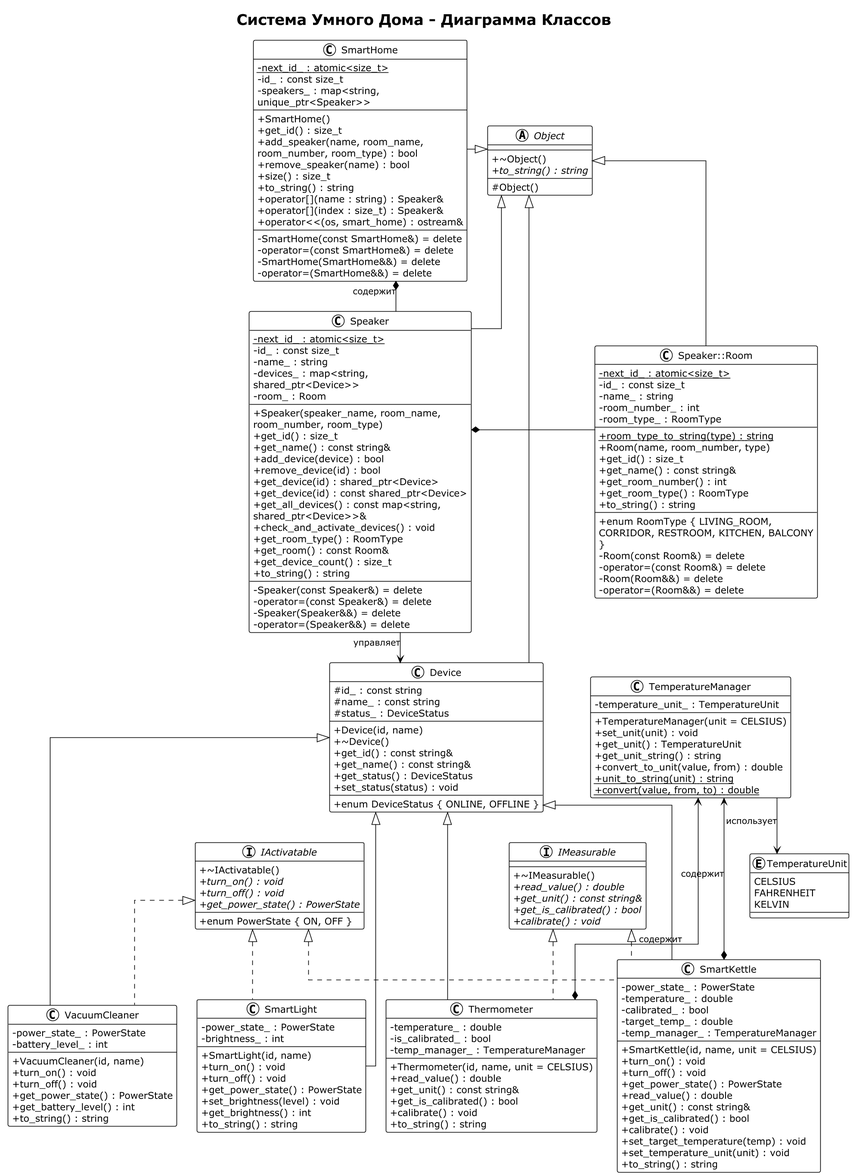
The PlantUML diagram docs/SmartHouse_ClassDiagram.png in abigotado/smart-house, before a commit.
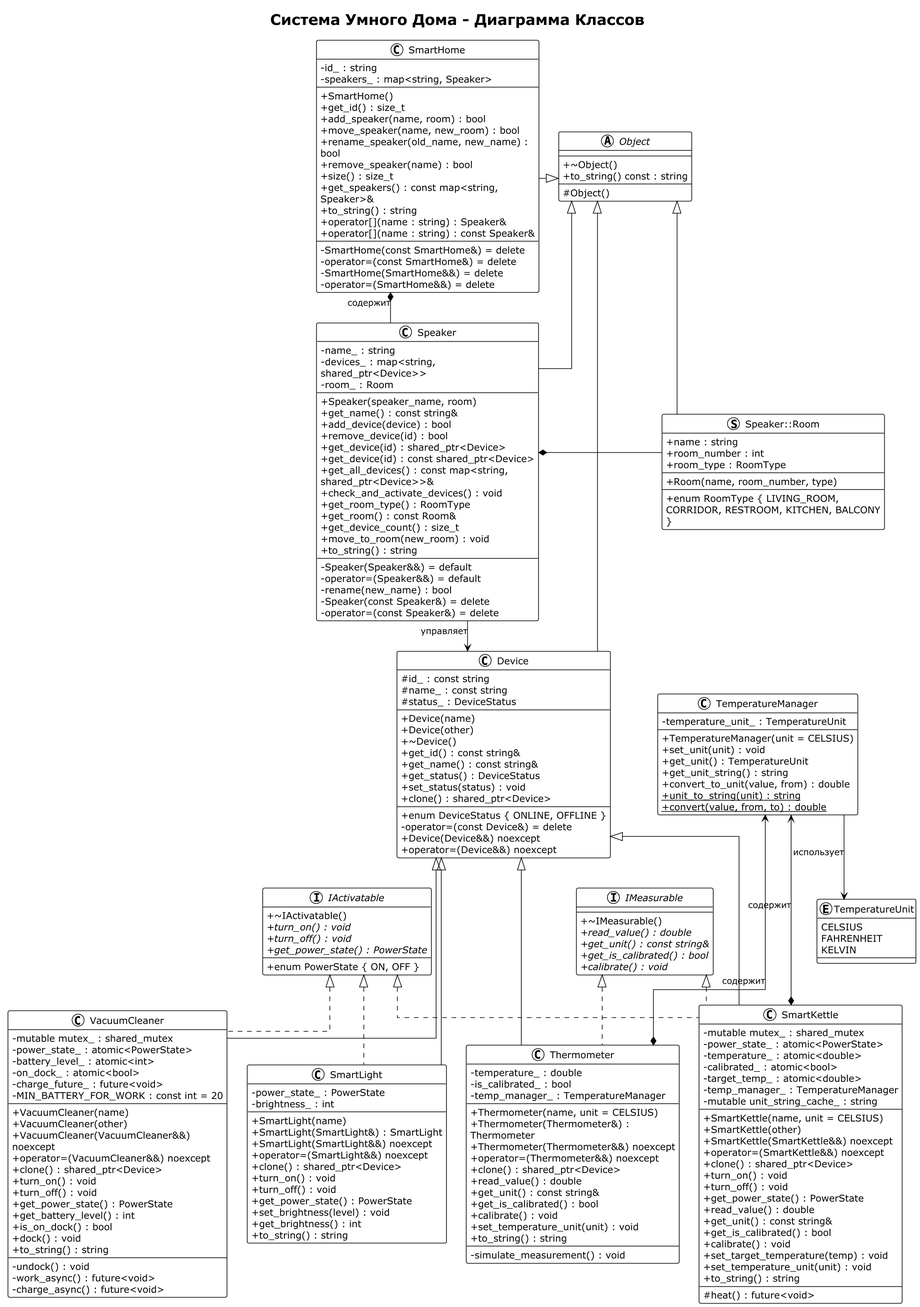
Above is the later version.

The edit, as a diff of the source:
```diff
@@ -15,19 +15,20 @@
 title "Система Умного Дома - Диаграмма Классов"
 
 class SmartHome {
-    - {static} next_id_ : atomic<size_t>
-    - id_ : const size_t
-    - speakers_ : map<string, unique_ptr<Speaker>>
+    - id_ : string
+    - speakers_ : map<string, Speaker>
     --
     + SmartHome()
     + get_id() : size_t
-    + add_speaker(name, room_name, room_number, room_type) : bool
+    + add_speaker(name, room) : bool
+    + move_speaker(name, new_room) : bool
+    + rename_speaker(old_name, new_name) : bool
     + remove_speaker(name) : bool
     + size() : size_t
+    + get_speakers() : const map<string, Speaker>&
     + to_string() : string
     + operator[](name : string) : Speaker&
-    + operator[](index : size_t) : Speaker&
-    + operator<<(os, smart_home) : ostream&
+    + operator[](name : string) : const Speaker&
     --
     - SmartHome(const SmartHome&) = delete
     - operator=(const SmartHome&) = delete
@@ -36,14 +37,11 @@
 }
 
 class Speaker {
-    - {static} next_id_ : atomic<size_t>
-    - id_ : const size_t
     - name_ : string
     - devices_ : map<string, shared_ptr<Device>>
     - room_ : Room
     --
-    + Speaker(speaker_name, room_name, room_number, room_type)
-    + get_id() : size_t
+    + Speaker(speaker_name, room)
     + get_name() : const string&
     + add_device(device) : bool
     + remove_device(id) : bool
@@ -54,34 +52,24 @@
     + get_room_type() : RoomType
     + get_room() : const Room&
     + get_device_count() : size_t
+    + move_to_room(new_room) : void
     + to_string() : string
     --
+    - Speaker(Speaker&&) = default
+    - operator=(Speaker&&) = default
+    - rename(new_name) : bool
     - Speaker(const Speaker&) = delete
     - operator=(const Speaker&) = delete
-    - Speaker(Speaker&&) = delete
-    - operator=(Speaker&&) = delete
 }
 
-class "Speaker::Room" as Room {
-    - {static} next_id_ : atomic<size_t>
-    - id_ : const size_t
-    - name_ : string
-    - room_number_ : int
-    - room_type_ : RoomType
+struct "Speaker::Room" as Room {
+    + name : string
+    + room_number : int
+    + room_type : RoomType
     --
-    + {static} room_type_to_string(type) : string
     + Room(name, room_number, type)
-    + get_id() : size_t
-    + get_name() : const string&
-    + get_room_number() : int
-    + get_room_type() : RoomType
-    + to_string() : string
     --
     + enum RoomType { LIVING_ROOM, CORRIDOR, RESTROOM, KITCHEN, BALCONY }
-    - Room(const Room&) = delete
-    - operator=(const Room&) = delete
-    - Room(Room&&) = delete
-    - operator=(Room&&) = delete
 }
 
 class Device {
@@ -89,20 +77,25 @@
     # name_ : const string
     # status_ : DeviceStatus
     --
-    + Device(id, name)
+    + Device(name)
+    + Device(other)
     + ~Device()
     + get_id() : const string&
     + get_name() : const string&
     + get_status() : DeviceStatus
     + set_status(status) : void
+    + clone() : shared_ptr<Device>
     --
     + enum DeviceStatus { ONLINE, OFFLINE }
+    - operator=(const Device&) = delete
+    + Device(Device&&) noexcept
+    + operator=(Device&&) noexcept
 }
 
 abstract class Object {
     --
     + ~Object()
-    + {abstract} to_string() : string
+    + to_string() const : string
     --
     # Object()
 }
@@ -143,22 +136,40 @@
 }
 
 class VacuumCleaner {
-    - power_state_ : PowerState
-    - battery_level_ : int
+    - mutable mutex_ : shared_mutex
+    - power_state_ : atomic<PowerState>
+    - battery_level_ : atomic<int>
+    - on_dock_ : atomic<bool>
+    - charge_future_ : future<void>
+    - MIN_BATTERY_FOR_WORK : const int = 20
     --
-    + VacuumCleaner(id, name)
+    + VacuumCleaner(name)
+    + VacuumCleaner(other)
+    + VacuumCleaner(VacuumCleaner&&) noexcept
+    + operator=(VacuumCleaner&&) noexcept
+    + clone() : shared_ptr<Device>
     + turn_on() : void
     + turn_off() : void
     + get_power_state() : PowerState
     + get_battery_level() : int
+    + is_on_dock() : bool
+    + dock() : void
     + to_string() : string
+    --
+    - undock() : void
+    - work_async() : future<void>
+    - charge_async() : future<void>
 }
 
 class SmartLight {
     - power_state_ : PowerState
     - brightness_ : int
     --
-    + SmartLight(id, name)
+    + SmartLight(name)
+    + SmartLight(SmartLight&) : SmartLight
+    + SmartLight(SmartLight&&) noexcept
+    + operator=(SmartLight&&) noexcept
+    + clone() : shared_ptr<Device>
     + turn_on() : void
     + turn_off() : void
     + get_power_state() : PowerState
@@ -172,22 +183,35 @@
     - is_calibrated_ : bool
     - temp_manager_ : TemperatureManager
     --
-    + Thermometer(id, name, unit = CELSIUS)
+    + Thermometer(name, unit = CELSIUS)
+    + Thermometer(Thermometer&) : Thermometer
+    + Thermometer(Thermometer&&) noexcept
+    + operator=(Thermometer&&) noexcept
+    + clone() : shared_ptr<Device>
     + read_value() : double
     + get_unit() : const string&
     + get_is_calibrated() : bool
     + calibrate() : void
+    + set_temperature_unit(unit) : void
     + to_string() : string
+    --
+    - simulate_measurement() : void
 }
 
 class SmartKettle {
-    - power_state_ : PowerState
-    - temperature_ : double
-    - calibrated_ : bool
-    - target_temp_ : double
+    - mutable mutex_ : shared_mutex
+    - power_state_ : atomic<PowerState>
+    - temperature_ : atomic<double>
+    - calibrated_ : atomic<bool>
+    - target_temp_ : atomic<double>
     - temp_manager_ : TemperatureManager
+    - mutable unit_string_cache_ : string
     --
-    + SmartKettle(id, name, unit = CELSIUS)
+    + SmartKettle(name, unit = CELSIUS)
+    + SmartKettle(other)
+    + SmartKettle(SmartKettle&&) noexcept
+    + operator=(SmartKettle&&) noexcept
+    + clone() : shared_ptr<Device>
     + turn_on() : void
     + turn_off() : void
     + get_power_state() : PowerState
@@ -198,6 +222,8 @@
     + set_target_temperature(temp) : void
     + set_temperature_unit(unit) : void
     + to_string() : string
+    --
+    # heat() : future<void>
 }
 
 SmartHome -[hidden]right- Object
```
